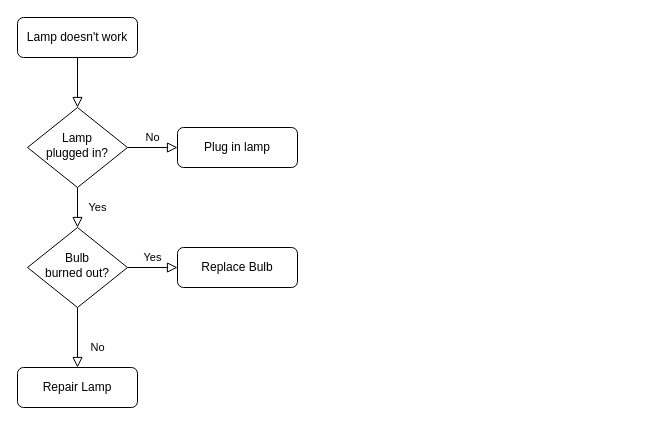
Above: 未命名绘图.drawio in EdwardZhangJ/flow-diagram-records (draw.io), before the change. Source tidied: cells renumbered, new cells numbered last; positions are measured from the earlier drawing's top-left corner, leaving out a move shared by most shapes. Both pictures are drawn from the tidied source at 100%, with x=0, y=0 at pixel (17, 17).
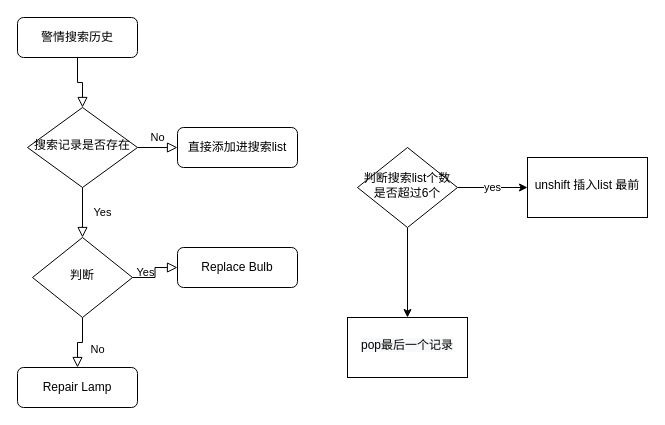
The same diagram, later.

Commit message:
小程序--搜索记录.drawio

Change to the diagram source:
```diff
@@
 <mxGraphModel>
   <root>
     <mxCell id="0" />
     <mxCell id="1" parent="0" />
     <mxCell id="2" style="rounded=0;html=1;jettySize=auto;fontSize=11;endArrow=block;endFill=0;endSize=8;strokeWidth=1;shadow=0;labelBackgroundColor=none;edgeStyle=orthogonalEdgeStyle;" parent="1" edge="1" source="3" target="6">
       <mxGeometry relative="1" as="geometry" />
     </mxCell>
-    <mxCell id="3" value="Lamp doesn't work" style="rounded=1;whiteSpace=wrap;html=1;fontSize=12;glass=0;strokeWidth=1;shadow=0;" parent="1" vertex="1">
+    <mxCell id="3" value="警情搜索历史" style="rounded=1;whiteSpace=wrap;html=1;fontSize=12;glass=0;strokeWidth=1;shadow=0;" parent="1" vertex="1">
       <mxGeometry width="120" height="40" as="geometry" />
     </mxCell>
     <mxCell id="4" value="Yes" style="rounded=0;html=1;jettySize=auto;fontSize=11;endArrow=block;endFill=0;endSize=8;strokeWidth=1;shadow=0;labelBackgroundColor=none;edgeStyle=orthogonalEdgeStyle;" parent="1" edge="1" source="6" target="10">
       <mxGeometry y="20" relative="1" as="geometry" />
     </mxCell>
     <mxCell id="5" value="No" style="edgeStyle=orthogonalEdgeStyle;rounded=0;html=1;jettySize=auto;fontSize=11;endArrow=block;endFill=0;endSize=8;strokeWidth=1;shadow=0;labelBackgroundColor=none;" parent="1" edge="1" source="6" target="7">
       <mxGeometry y="10" relative="1" as="geometry" />
     </mxCell>
-    <mxCell id="6" value="Lamp&lt;br&gt;plugged in?" style="rhombus;whiteSpace=wrap;html=1;shadow=0;fontFamily=Helvetica;fontSize=12;align=center;strokeWidth=1;spacing=6;spacingTop=-4;" parent="1" vertex="1">
-      <mxGeometry x="10" y="90" width="100" height="80" as="geometry" />
+    <mxCell id="6" value="搜索记录是否存在" style="rhombus;whiteSpace=wrap;html=1;shadow=0;fontFamily=Helvetica;fontSize=12;align=center;strokeWidth=1;spacing=6;spacingTop=-4;" parent="1" vertex="1">
+      <mxGeometry x="10" y="90" width="110" height="80" as="geometry" />
     </mxCell>
-    <mxCell id="7" value="Plug in lamp" style="rounded=1;whiteSpace=wrap;html=1;fontSize=12;glass=0;strokeWidth=1;shadow=0;" parent="1" vertex="1">
+    <mxCell id="7" value="直接添加进搜索list" style="rounded=1;whiteSpace=wrap;html=1;fontSize=12;glass=0;strokeWidth=1;shadow=0;" parent="1" vertex="1">
       <mxGeometry x="160" y="110" width="120" height="40" as="geometry" />
     </mxCell>
     <mxCell id="8" value="No" style="rounded=0;html=1;jettySize=auto;fontSize=11;endArrow=block;endFill=0;endSize=8;strokeWidth=1;shadow=0;labelBackgroundColor=none;edgeStyle=orthogonalEdgeStyle;" parent="1" edge="1" source="10" target="11">
       <mxGeometry x="0.33" y="20" relative="1" as="geometry" />
     </mxCell>
     <mxCell id="9" value="Yes" style="edgeStyle=orthogonalEdgeStyle;rounded=0;html=1;jettySize=auto;fontSize=11;endArrow=block;endFill=0;endSize=8;strokeWidth=1;shadow=0;labelBackgroundColor=none;" parent="1" edge="1" source="10" target="12">
       <mxGeometry y="10" relative="1" as="geometry" />
     </mxCell>
-    <mxCell id="10" value="Bulb&lt;br&gt;burned out?" style="rhombus;whiteSpace=wrap;html=1;shadow=0;fontFamily=Helvetica;fontSize=12;align=center;strokeWidth=1;spacing=6;spacingTop=-4;" parent="1" vertex="1">
-      <mxGeometry x="10" y="210" width="100" height="80" as="geometry" />
+    <mxCell id="10" value="判断" style="rhombus;whiteSpace=wrap;html=1;shadow=0;fontFamily=Helvetica;fontSize=12;align=center;strokeWidth=1;spacing=6;spacingTop=-4;" parent="1" vertex="1">
+      <mxGeometry x="15" y="220" width="100" height="80" as="geometry" />
     </mxCell>
     <mxCell id="11" value="Repair Lamp" style="rounded=1;whiteSpace=wrap;html=1;fontSize=12;glass=0;strokeWidth=1;shadow=0;" parent="1" vertex="1">
       <mxGeometry y="350" width="120" height="40" as="geometry" />
     </mxCell>
     <mxCell id="12" value="Replace Bulb" style="rounded=1;whiteSpace=wrap;html=1;fontSize=12;glass=0;strokeWidth=1;shadow=0;" parent="1" vertex="1">
       <mxGeometry x="160" y="230" width="120" height="40" as="geometry" />
     </mxCell>
+    <mxCell id="13" value="yes&lt;br&gt;" style="edgeStyle=orthogonalEdgeStyle;rounded=0;jettySize=auto;html=1;" parent="1" edge="1" source="15" target="16">
+      <mxGeometry relative="1" as="geometry" />
+    </mxCell>
+    <mxCell id="14" style="edgeStyle=orthogonalEdgeStyle;rounded=0;jettySize=auto;html=1;" parent="1" edge="1" source="15" target="17">
+      <mxGeometry relative="1" as="geometry" />
+    </mxCell>
+    <mxCell id="15" value="判断搜索list个数是否超过6个" style="rhombus;whiteSpace=wrap;html=1;shadow=0;fontFamily=Helvetica;fontSize=12;align=center;strokeWidth=1;spacing=6;spacingTop=-4;" parent="1" vertex="1">
+      <mxGeometry x="340" y="130" width="100" height="80" as="geometry" />
+    </mxCell>
+    <mxCell id="16" value="unshift 插入list 最前" style="whiteSpace=wrap;html=1;shadow=0;strokeWidth=1;spacing=6;spacingTop=-4;" parent="1" vertex="1">
+      <mxGeometry x="510" y="140" width="120" height="60" as="geometry" />
+    </mxCell>
+    <mxCell id="17" value="&lt;span style=&quot;color: rgb(0, 0, 0); font-family: Helvetica; font-size: 12px; font-style: normal; font-variant-ligatures: normal; font-variant-caps: normal; font-weight: 400; letter-spacing: normal; orphans: 2; text-align: center; text-indent: 0px; text-transform: none; widows: 2; word-spacing: 0px; -webkit-text-stroke-width: 0px; background-color: rgb(248, 249, 250); text-decoration-thickness: initial; text-decoration-style: initial; text-decoration-color: initial; float: none; display: inline !important;&quot;&gt;pop最后一个记录&lt;/span&gt;" style="whiteSpace=wrap;html=1;shadow=0;strokeWidth=1;spacing=6;spacingTop=-4;" parent="1" vertex="1">
+      <mxGeometry x="330" y="300" width="120" height="60" as="geometry" />
+    </mxCell>
   </root>
 </mxGraphModel>
```
